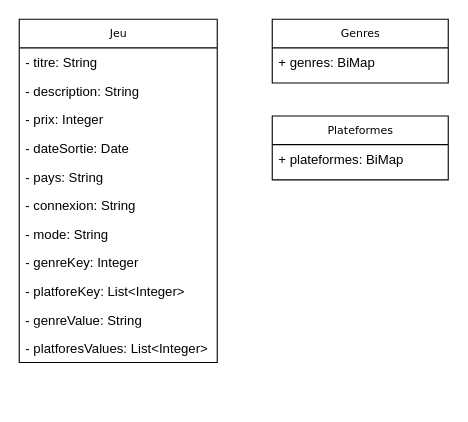
Above: diagrams/diagramme de classe.drawio in alainPrecioso/jeuxvideos (draw.io), before the change. Source tidied: cells renumbered, new cells numbered last; positions are measured from the earlier drawing's top-left corner, leaving out a move shared by most shapes. Both pictures are drawn from the tidied source at 110%, with x=0, y=0 at pixel (19, 19).
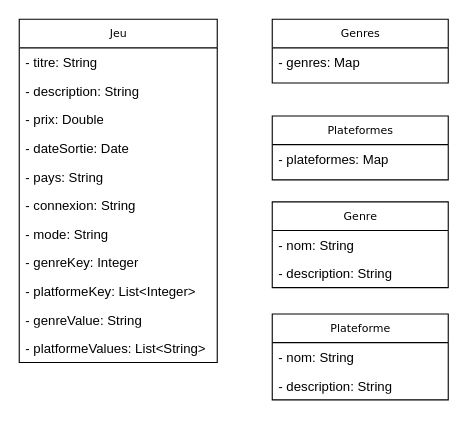
After the change.

Unchanged cells that the change refers to:
```xml
<mxCell id="2" value="Jeu" style="swimlane;html=1;fontStyle=0;horizontal=1;startSize=26;fillColor=none;swimlaneFillColor=#ffffff;rounded=0;shadow=0;comic=0;labelBackgroundColor=none;strokeWidth=1;fontFamily=Verdana;fontSize=10;align=center;" parent="1" vertex="1">
  <mxGeometry width="180" height="312" as="geometry" />
</mxCell>
<mxCell id="14" value="Genres" style="swimlane;html=1;fontStyle=0;horizontal=1;startSize=26;fillColor=none;swimlaneFillColor=#ffffff;rounded=0;shadow=0;comic=0;labelBackgroundColor=none;strokeWidth=1;fontFamily=Verdana;fontSize=10;align=center;" parent="1" vertex="1">
  <mxGeometry x="230" width="160" height="58" as="geometry" />
</mxCell>
<mxCell id="16" value="Plateformes" style="swimlane;html=1;fontStyle=0;horizontal=1;startSize=26;fillColor=none;swimlaneFillColor=#ffffff;rounded=0;shadow=0;comic=0;labelBackgroundColor=none;strokeWidth=1;fontFamily=Verdana;fontSize=10;align=center;" parent="1" vertex="1">
  <mxGeometry x="230" y="88" width="160" height="58" as="geometry" />
</mxCell>
```

Change to the diagram source:
```diff
@@
-    <mxCell id="5" value="- prix: Integer" style="text;html=1;strokeColor=none;fillColor=none;align=left;verticalAlign=top;spacingLeft=4;spacingRight=4;whiteSpace=wrap;overflow=hidden;" parent="2" vertex="1">
+    <mxCell id="5" value="- prix: Double" style="text;html=1;strokeColor=none;fillColor=none;align=left;verticalAlign=top;spacingLeft=4;spacingRight=4;whiteSpace=wrap;overflow=hidden;" parent="2" vertex="1">
       <mxGeometry y="78" width="180" height="26" as="geometry" />
     </mxCell>
@@
-    <mxCell id="11" value="- platforeKey: List&amp;lt;Integer&amp;gt;" style="text;html=1;strokeColor=none;fillColor=none;align=left;verticalAlign=top;spacingLeft=4;spacingRight=4;whiteSpace=wrap;overflow=hidden;" parent="2" vertex="1">
+    <mxCell id="11" value="- platformeKey: List&amp;lt;Integer&amp;gt;" style="text;html=1;strokeColor=none;fillColor=none;align=left;verticalAlign=top;spacingLeft=4;spacingRight=4;whiteSpace=wrap;overflow=hidden;" parent="2" vertex="1">
       <mxGeometry y="234" width="180" height="26" as="geometry" />
     </mxCell>
@@
-    <mxCell id="13" value="- platforesValues: List&amp;lt;Integer&amp;gt;" style="text;html=1;strokeColor=none;fillColor=none;align=left;verticalAlign=top;spacingLeft=4;spacingRight=4;whiteSpace=wrap;overflow=hidden;" parent="2" vertex="1">
+    <mxCell id="13" value="- platformeValues: List&amp;lt;String&amp;gt;" style="text;html=1;strokeColor=none;fillColor=none;align=left;verticalAlign=top;spacingLeft=4;spacingRight=4;whiteSpace=wrap;overflow=hidden;" parent="2" vertex="1">
       <mxGeometry y="286" width="180" height="26" as="geometry" />
     </mxCell>
@@
-    <mxCell id="15" value="+ genres: BiMap" style="text;html=1;strokeColor=none;fillColor=none;align=left;verticalAlign=top;spacingLeft=4;spacingRight=4;whiteSpace=wrap;overflow=hidden;" parent="14" vertex="1">
+    <mxCell id="15" value="- genres: Map" style="text;html=1;strokeColor=none;fillColor=none;align=left;verticalAlign=top;spacingLeft=4;spacingRight=4;whiteSpace=wrap;overflow=hidden;" parent="14" vertex="1">
       <mxGeometry y="26" width="160" height="26" as="geometry" />
     </mxCell>
@@
-    <mxCell id="17" value="+ plateformes: BiMap" style="text;html=1;strokeColor=none;fillColor=none;align=left;verticalAlign=top;spacingLeft=4;spacingRight=4;whiteSpace=wrap;overflow=hidden;" parent="16" vertex="1">
+    <mxCell id="17" value="- plateformes: Map" style="text;html=1;strokeColor=none;fillColor=none;align=left;verticalAlign=top;spacingLeft=4;spacingRight=4;whiteSpace=wrap;overflow=hidden;" parent="16" vertex="1">
       <mxGeometry y="26" width="160" height="26" as="geometry" />
     </mxCell>
+    <mxCell id="18" value="Genre" style="swimlane;html=1;fontStyle=0;horizontal=1;startSize=26;fillColor=none;swimlaneFillColor=#ffffff;rounded=0;shadow=0;comic=0;labelBackgroundColor=none;strokeWidth=1;fontFamily=Verdana;fontSize=10;align=center;" parent="1" vertex="1">
+      <mxGeometry x="230" y="166" width="160" height="78" as="geometry" />
+    </mxCell>
+    <mxCell id="19" value="- nom: String" style="text;html=1;strokeColor=none;fillColor=none;align=left;verticalAlign=top;spacingLeft=4;spacingRight=4;whiteSpace=wrap;overflow=hidden;" parent="18" vertex="1">
+      <mxGeometry y="26" width="160" height="26" as="geometry" />
+    </mxCell>
+    <mxCell id="20" value="- description: String" style="text;html=1;strokeColor=none;fillColor=none;align=left;verticalAlign=top;spacingLeft=4;spacingRight=4;whiteSpace=wrap;overflow=hidden;" parent="18" vertex="1">
+      <mxGeometry y="52" width="160" height="26" as="geometry" />
+    </mxCell>
+    <mxCell id="21" value="Plateforme" style="swimlane;html=1;fontStyle=0;horizontal=1;startSize=26;fillColor=none;swimlaneFillColor=#ffffff;rounded=0;shadow=0;comic=0;labelBackgroundColor=none;strokeWidth=1;fontFamily=Verdana;fontSize=10;align=center;" parent="1" vertex="1">
+      <mxGeometry x="230" y="268" width="160" height="78" as="geometry" />
+    </mxCell>
+    <mxCell id="22" value="- nom: String" style="text;html=1;strokeColor=none;fillColor=none;align=left;verticalAlign=top;spacingLeft=4;spacingRight=4;whiteSpace=wrap;overflow=hidden;" parent="21" vertex="1">
+      <mxGeometry y="26" width="160" height="26" as="geometry" />
+    </mxCell>
+    <mxCell id="23" value="- description: String" style="text;html=1;strokeColor=none;fillColor=none;align=left;verticalAlign=top;spacingLeft=4;spacingRight=4;whiteSpace=wrap;overflow=hidden;" parent="21" vertex="1">
+      <mxGeometry y="52" width="160" height="26" as="geometry" />
+    </mxCell>
```
